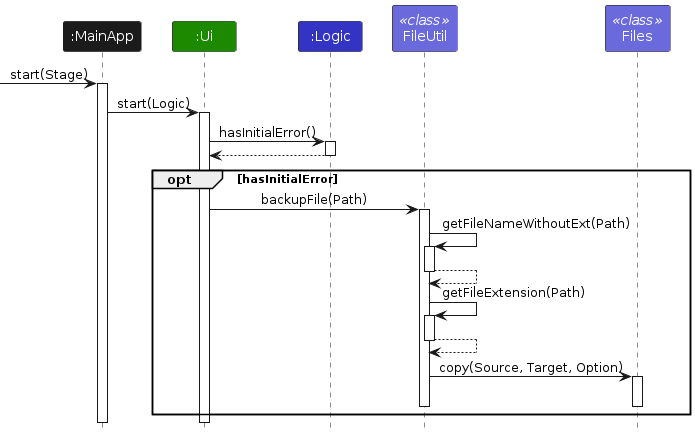
The PlantUML diagram diagrams/BackupOnCorruptSequenceDiagram.png in AY2425S2-CS2103T-F10-3/tp, before a commit. Its source is kept beside it as diagrams/BackupOnCorruptSequenceDiagram.puml. Its diagram source:
```plantuml
@startuml
!include style.puml
skinparam ArrowFontStyle plain

participant ":MainApp" as MainApp SETUP_COLOR
[-> MainApp : start(Stage)
activate MainApp

participant ":Ui" as Ui UI_COLOR
MainApp -> Ui : start(Logic)
activate Ui

participant ":Logic" as Logic LOGIC_COLOR
Ui -> Logic : hasInitialError()
activate Logic
Ui <-- Logic
deactivate Logic

participant "FileUtil" as FileUtil <<class>> LOGIC_COLOR_T2
opt hasInitialError
Ui -> FileUtil : backupFile(Path)
activate FileUtil

FileUtil -> FileUtil : getFileNameWithoutExt(Path)
activate FileUtil
FileUtil --> FileUtil
deactivate FileUtil

FileUtil -> FileUtil : getFileExtension(Path)
activate FileUtil
FileUtil --> FileUtil
deactivate FileUtil

participant "Files" as Files <<class>> LOGIC_COLOR_T2
FileUtil -> Files : copy(Source, Target, Option)
activate Files
deactivate Files

deactivate FileUtil
end
@enduml
```
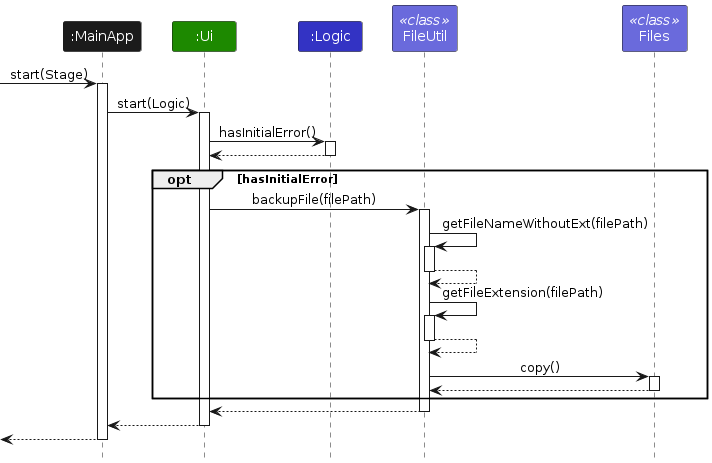
After the change.

What changed in the source:
```diff
@@ -18,24 +18,32 @@
 
 participant "FileUtil" as FileUtil <<class>> LOGIC_COLOR_T2
 opt hasInitialError
-Ui -> FileUtil : backupFile(Path)
+Ui -> FileUtil : backupFile(filePath)
 activate FileUtil
 
-FileUtil -> FileUtil : getFileNameWithoutExt(Path)
+FileUtil -> FileUtil : getFileNameWithoutExt(filePath)
 activate FileUtil
 FileUtil --> FileUtil
 deactivate FileUtil
 
-FileUtil -> FileUtil : getFileExtension(Path)
+FileUtil -> FileUtil : getFileExtension(filePath)
 activate FileUtil
 FileUtil --> FileUtil
 deactivate FileUtil
 
 participant "Files" as Files <<class>> LOGIC_COLOR_T2
-FileUtil -> Files : copy(Source, Target, Option)
+FileUtil -> Files : copy()
 activate Files
+FileUtil <-- Files
 deactivate Files
+end
 
+Ui <-- FileUtil
 deactivate FileUtil
-end
+
+MainApp <-- Ui
+deactivate Ui
+
+[<-- MainApp
+deactivate MainApp
 @enduml
```
